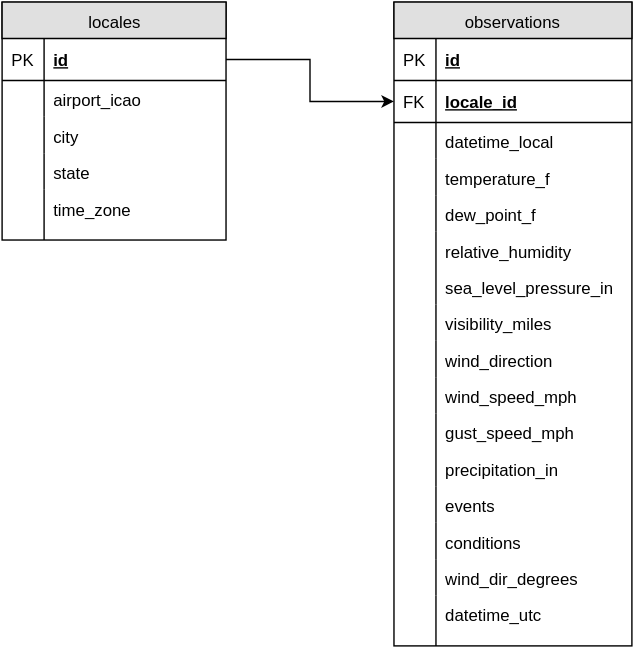
This is dm.svg from nrgetik/wu-tang, a draw.io export, as it was before one commit. Source tidied: cells renumbered, new cells last; positions are measured from the earlier drawing's top-left corner, leaving out a move shared by most shapes.
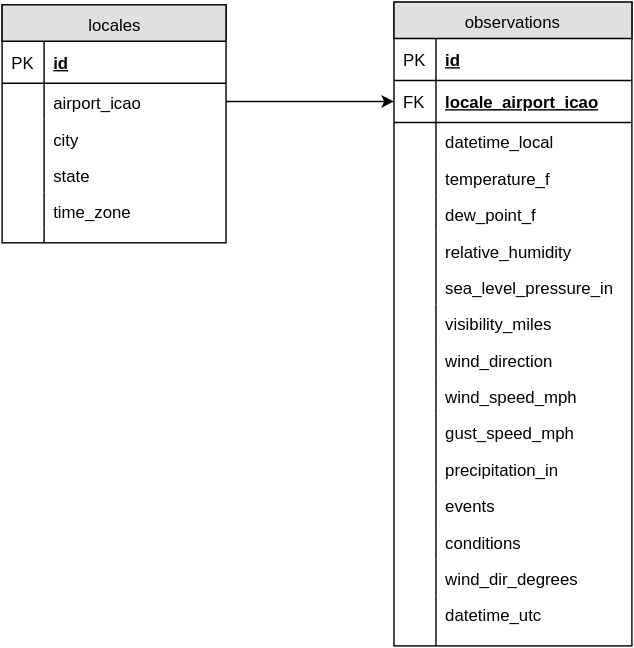
Above is the later version.

Commit message:
Update data model

The edit, as a diff of the source:
```diff
@@ -3,7 +3,7 @@
     <mxCell id="0" />
     <mxCell id="1" parent="0" />
     <mxCell id="2" value="locales" style="swimlane;html=1;fontStyle=0;horizontal=1;startSize=26;fillColor=#e0e0e0;swimlaneFillColor=#ffffff;align=center;" parent="1" vertex="1">
-      <mxGeometry width="160" height="170" as="geometry" />
+      <mxGeometry y="2" width="160" height="170" as="geometry" />
     </mxCell>
     <mxCell id="3" value="id" style="shape=partialRectangle;top=0;left=0;right=0;bottom=1;html=1;align=left;verticalAlign=middle;fillColor=none;spacingLeft=34;spacingRight=4;whiteSpace=wrap;overflow=hidden;fontStyle=5;" parent="2" vertex="1">
       <mxGeometry y="26" width="160" height="30" as="geometry" />
@@ -42,58 +42,58 @@
       <mxGeometry width="30" height="10" as="geometry" />
     </mxCell>
     <mxCell id="15" value="id" style="shape=partialRectangle;top=0;left=0;right=0;bottom=1;html=1;align=left;verticalAlign=middle;fillColor=none;spacingLeft=34;spacingRight=4;whiteSpace=wrap;overflow=hidden;points=[[0,0.5],[1,0.5]];portConstraint=eastwest;fontStyle=5;" parent="1" vertex="1">
-      <mxGeometry y="26" width="160" height="30" as="geometry" />
+      <mxGeometry y="28" width="160" height="30" as="geometry" />
     </mxCell>
     <mxCell id="16" value="PK" style="shape=partialRectangle;top=0;left=0;bottom=0;html=1;fillColor=none;align=left;verticalAlign=middle;spacingLeft=4;spacingRight=4;whiteSpace=wrap;overflow=hidden;" parent="15" vertex="1">
       <mxGeometry width="30" height="30" as="geometry" />
     </mxCell>
     <mxCell id="17" value="PK" style="shape=partialRectangle;top=0;left=0;bottom=0;html=1;fillColor=none;align=left;verticalAlign=middle;spacingLeft=4;spacingRight=4;whiteSpace=wrap;overflow=hidden;" parent="1" vertex="1">
-      <mxGeometry y="26" width="30" height="30" as="geometry" />
+      <mxGeometry y="28" width="30" height="30" as="geometry" />
     </mxCell>
     <mxCell id="18" value="airport_icao" style="shape=partialRectangle;top=0;left=0;right=0;bottom=0;html=1;align=left;verticalAlign=top;fillColor=none;spacingLeft=34;spacingRight=4;whiteSpace=wrap;overflow=hidden;points=[[0,0.5],[1,0.5]];portConstraint=eastwest;" parent="1" vertex="1">
-      <mxGeometry y="56" width="160" height="26" as="geometry" />
+      <mxGeometry y="58" width="160" height="26" as="geometry" />
     </mxCell>
     <mxCell id="19" style="shape=partialRectangle;top=0;left=0;bottom=0;html=1;fillColor=none;align=left;verticalAlign=top;spacingLeft=4;spacingRight=4;whiteSpace=wrap;overflow=hidden;" parent="18" vertex="1">
       <mxGeometry width="30" height="26" as="geometry" />
     </mxCell>
     <mxCell id="20" style="shape=partialRectangle;top=0;left=0;bottom=0;html=1;fillColor=none;align=left;verticalAlign=top;spacingLeft=4;spacingRight=4;whiteSpace=wrap;overflow=hidden;" parent="1" vertex="1">
-      <mxGeometry y="56" width="30" height="26" as="geometry" />
+      <mxGeometry y="58" width="30" height="26" as="geometry" />
     </mxCell>
     <mxCell id="21" value="city" style="shape=partialRectangle;top=0;left=0;right=0;bottom=0;html=1;align=left;verticalAlign=top;fillColor=none;spacingLeft=34;spacingRight=4;whiteSpace=wrap;overflow=hidden;" parent="1" vertex="1">
-      <mxGeometry y="82" width="160" height="26" as="geometry" />
+      <mxGeometry y="84" width="160" height="26" as="geometry" />
     </mxCell>
     <mxCell id="22" style="shape=partialRectangle;top=0;left=0;bottom=0;html=1;fillColor=none;align=left;verticalAlign=top;spacingLeft=4;spacingRight=4;whiteSpace=wrap;overflow=hidden;" parent="21" vertex="1">
       <mxGeometry width="30" height="26" as="geometry" />
     </mxCell>
     <mxCell id="23" style="shape=partialRectangle;top=0;left=0;bottom=0;html=1;fillColor=none;align=left;verticalAlign=top;spacingLeft=4;spacingRight=4;whiteSpace=wrap;overflow=hidden;" parent="1" vertex="1">
-      <mxGeometry y="82" width="30" height="26" as="geometry" />
+      <mxGeometry y="84" width="30" height="26" as="geometry" />
     </mxCell>
     <mxCell id="24" value="state" style="shape=partialRectangle;top=0;left=0;right=0;bottom=0;html=1;align=left;verticalAlign=top;fillColor=none;spacingLeft=34;spacingRight=4;whiteSpace=wrap;overflow=hidden;" parent="1" vertex="1">
-      <mxGeometry y="108" width="160" height="26" as="geometry" />
+      <mxGeometry y="110" width="160" height="26" as="geometry" />
     </mxCell>
     <mxCell id="25" style="shape=partialRectangle;top=0;left=0;bottom=0;html=1;fillColor=none;align=left;verticalAlign=top;spacingLeft=4;spacingRight=4;whiteSpace=wrap;overflow=hidden;" parent="24" vertex="1">
       <mxGeometry width="30" height="26" as="geometry" />
     </mxCell>
     <mxCell id="26" style="shape=partialRectangle;top=0;left=0;bottom=0;html=1;fillColor=none;align=left;verticalAlign=top;spacingLeft=4;spacingRight=4;whiteSpace=wrap;overflow=hidden;" parent="1" vertex="1">
-      <mxGeometry y="108" width="30" height="26" as="geometry" />
+      <mxGeometry y="110" width="30" height="26" as="geometry" />
     </mxCell>
     <mxCell id="27" value="time_zone" style="shape=partialRectangle;top=0;left=0;right=0;bottom=0;html=1;align=left;verticalAlign=top;fillColor=none;spacingLeft=34;spacingRight=4;whiteSpace=wrap;overflow=hidden;" parent="1" vertex="1">
-      <mxGeometry y="134" width="160" height="26" as="geometry" />
+      <mxGeometry y="136" width="160" height="26" as="geometry" />
     </mxCell>
     <mxCell id="28" style="shape=partialRectangle;top=0;left=0;bottom=0;html=1;fillColor=none;align=left;verticalAlign=top;spacingLeft=4;spacingRight=4;whiteSpace=wrap;overflow=hidden;" parent="27" vertex="1">
       <mxGeometry width="30" height="26" as="geometry" />
     </mxCell>
     <mxCell id="29" style="shape=partialRectangle;top=0;left=0;bottom=0;html=1;fillColor=none;align=left;verticalAlign=top;spacingLeft=4;spacingRight=4;whiteSpace=wrap;overflow=hidden;" parent="1" vertex="1">
-      <mxGeometry y="134" width="30" height="26" as="geometry" />
+      <mxGeometry y="136" width="30" height="26" as="geometry" />
     </mxCell>
     <mxCell id="30" style="shape=partialRectangle;top=0;left=0;right=0;bottom=0;html=1;align=left;verticalAlign=top;fillColor=none;spacingLeft=34;spacingRight=4;whiteSpace=wrap;overflow=hidden;" parent="1" vertex="1">
-      <mxGeometry y="160" width="160" height="10" as="geometry" />
+      <mxGeometry y="162" width="160" height="10" as="geometry" />
     </mxCell>
     <mxCell id="31" style="shape=partialRectangle;top=0;left=0;bottom=0;html=1;fillColor=none;align=left;verticalAlign=top;spacingLeft=4;spacingRight=4;whiteSpace=wrap;overflow=hidden;" parent="30" vertex="1">
       <mxGeometry width="30" height="10" as="geometry" />
     </mxCell>
     <mxCell id="32" style="shape=partialRectangle;top=0;left=0;bottom=0;html=1;fillColor=none;align=left;verticalAlign=top;spacingLeft=4;spacingRight=4;whiteSpace=wrap;overflow=hidden;" parent="1" vertex="1">
-      <mxGeometry y="160" width="30" height="10" as="geometry" />
+      <mxGeometry y="162" width="30" height="10" as="geometry" />
     </mxCell>
     <mxCell id="33" value="observations" style="swimlane;html=1;fontStyle=0;horizontal=1;startSize=26;fillColor=#e0e0e0;swimlaneFillColor=#ffffff;align=center;" parent="1" vertex="1">
       <mxGeometry x="280" width="170" height="460" as="geometry" />
@@ -104,7 +104,7 @@
     <mxCell id="35" value="PK" style="shape=partialRectangle;top=0;left=0;bottom=0;html=1;fillColor=none;align=left;verticalAlign=middle;spacingLeft=4;spacingRight=4;whiteSpace=wrap;overflow=hidden;" parent="34" vertex="1">
       <mxGeometry width="30" height="30" as="geometry" />
     </mxCell>
-    <mxCell id="36" value="locale_id" style="shape=partialRectangle;top=0;left=0;right=0;bottom=1;html=1;align=left;verticalAlign=middle;fillColor=none;spacingLeft=34;spacingRight=4;whiteSpace=wrap;overflow=hidden;fontStyle=5;" parent="33" vertex="1">
+    <mxCell id="36" value="locale_airport_icao" style="shape=partialRectangle;top=0;left=0;right=0;bottom=1;html=1;align=left;verticalAlign=middle;fillColor=none;spacingLeft=34;spacingRight=4;whiteSpace=wrap;overflow=hidden;fontStyle=5;" parent="33" vertex="1">
       <mxGeometry y="56" width="170" height="30" as="geometry" />
     </mxCell>
     <mxCell id="37" value="FK" style="shape=partialRectangle;top=0;left=0;bottom=0;html=1;fillColor=none;align=left;verticalAlign=middle;spacingLeft=4;spacingRight=4;whiteSpace=wrap;overflow=hidden;" parent="36" vertex="1">
@@ -209,7 +209,7 @@
     <mxCell id="70" value="PK" style="shape=partialRectangle;top=0;left=0;bottom=0;html=1;fillColor=none;align=left;verticalAlign=middle;spacingLeft=4;spacingRight=4;whiteSpace=wrap;overflow=hidden;" parent="1" vertex="1">
       <mxGeometry x="280" y="26" width="30" height="30" as="geometry" />
     </mxCell>
-    <mxCell id="71" value="locale_id" style="shape=partialRectangle;top=0;left=0;right=0;bottom=1;html=1;align=left;verticalAlign=middle;fillColor=none;spacingLeft=34;spacingRight=4;whiteSpace=wrap;overflow=hidden;points=[[0,0.5],[1,0.5]];portConstraint=eastwest;fontStyle=5;" parent="1" vertex="1">
+    <mxCell id="71" value="locale_airport_icao" style="shape=partialRectangle;top=0;left=0;right=0;bottom=1;html=1;align=left;verticalAlign=middle;fillColor=none;spacingLeft=34;spacingRight=4;whiteSpace=wrap;overflow=hidden;points=[[0,0.5],[1,0.5]];portConstraint=eastwest;fontStyle=5;" parent="1" vertex="1">
       <mxGeometry x="280" y="56" width="170" height="30" as="geometry" />
     </mxCell>
     <mxCell id="72" value="FK" style="shape=partialRectangle;top=0;left=0;bottom=0;html=1;fillColor=none;align=left;verticalAlign=middle;spacingLeft=4;spacingRight=4;whiteSpace=wrap;overflow=hidden;" parent="71" vertex="1">
@@ -353,8 +353,8 @@
     <mxCell id="118" style="shape=partialRectangle;top=0;left=0;bottom=0;html=1;fillColor=none;align=left;verticalAlign=top;spacingLeft=4;spacingRight=4;whiteSpace=wrap;overflow=hidden;" parent="1" vertex="1">
       <mxGeometry x="280" y="450" width="30" height="10" as="geometry" />
     </mxCell>
-    <mxCell id="119" style="edgeStyle=orthogonalEdgeStyle;rounded=0;html=1;entryX=0;entryY=0.5;jettySize=auto;" parent="1" edge="1" source="15" target="71">
-      <mxGeometry x="200" y="81" as="geometry" />
+    <mxCell id="119" style="edgeStyle=orthogonalEdgeStyle;rounded=0;html=1;entryX=0;entryY=0.5;jettySize=auto;" parent="1" edge="1" source="18" target="71">
+      <mxGeometry x="200" y="109" as="geometry" />
     </mxCell>
   </root>
 </mxGraphModel>
```
